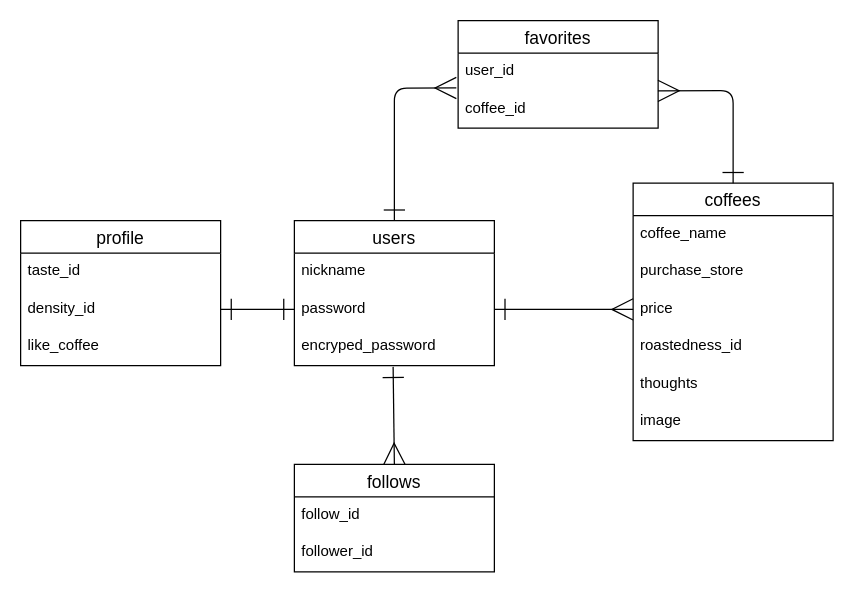
Above: ER.dio in SenSen-1000/coffee-share (draw.io), before the change. Source tidied: cells renumbered, new cells numbered last; positions are measured from the earlier drawing's top-left corner, leaving out a move shared by most shapes. Both pictures are drawn from the tidied source at 125%, with x=0, y=0 at pixel (20, 20).
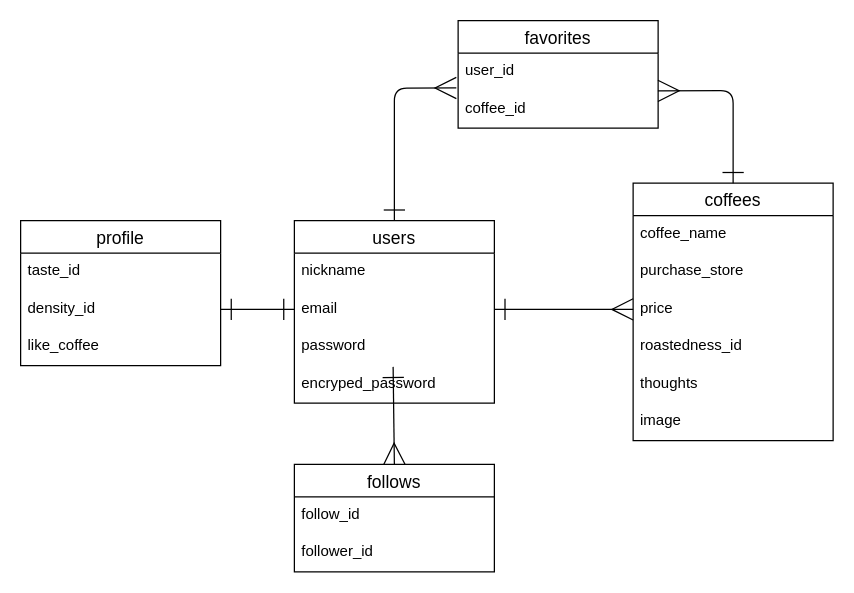
The same diagram, later.

The change refers to these unchanged cells:
```xml
<mxCell id="9" value="price" style="text;strokeColor=none;fillColor=none;spacingLeft=4;spacingRight=4;overflow=hidden;points=[[0,0.5],[1,0.5]];portConstraint=eastwest;fontSize=12;" parent="6" vertex="1">
  <mxGeometry y="86" width="160" height="30" as="geometry" />
</mxCell>
<mxCell id="24" value="density_id" style="text;strokeColor=none;fillColor=none;spacingLeft=4;spacingRight=4;overflow=hidden;points=[[0,0.5],[1,0.5]];portConstraint=eastwest;fontSize=12;" parent="22" vertex="1">
  <mxGeometry y="56" width="160" height="30" as="geometry" />
</mxCell>
```

What changed in the source:
```diff
@@
     <mxCell id="2" value="users" style="swimlane;fontStyle=0;horizontal=1;startSize=26;align=center;fontSize=14;" parent="1" vertex="1">
-      <mxGeometry x="219" y="160" width="160" height="116" as="geometry" />
+      <mxGeometry x="219" y="160" width="160" height="146" as="geometry" />
     </mxCell>
@@
+    <mxCell id="28" value="email" style="text;strokeColor=none;fillColor=none;spacingLeft=4;spacingRight=4;overflow=hidden;points=[[0,0.5],[1,0.5]];portConstraint=eastwest;fontSize=12;" parent="2" vertex="1">
+      <mxGeometry y="56" width="160" height="30" as="geometry" />
+    </mxCell>
     <mxCell id="4" value="password" style="text;strokeColor=none;fillColor=none;spacingLeft=4;spacingRight=4;overflow=hidden;points=[[0,0.5],[1,0.5]];portConstraint=eastwest;fontSize=12;" parent="2" vertex="1">
-      <mxGeometry y="56" width="160" height="30" as="geometry" />
+      <mxGeometry y="86" width="160" height="30" as="geometry" />
     </mxCell>
     <mxCell id="5" value="encryped_password" style="text;strokeColor=none;fillColor=none;spacingLeft=4;spacingRight=4;overflow=hidden;fontSize=12;" parent="2" vertex="1">
-      <mxGeometry y="86" width="160" height="30" as="geometry" />
+      <mxGeometry y="116" width="160" height="30" as="geometry" />
     </mxCell>
@@
-    <mxCell id="19" style="edgeStyle=none;html=1;endArrow=ERmany;endFill=0;startArrow=ERone;startFill=0;jumpSize=6;endSize=15;startSize=15;entryX=0;entryY=0.5;entryDx=0;entryDy=0;exitX=1;exitY=0.5;exitDx=0;exitDy=0;" parent="1" edge="1" source="4" target="9">
+    <mxCell id="19" style="edgeStyle=none;html=1;endArrow=ERmany;endFill=0;startArrow=ERone;startFill=0;jumpSize=6;endSize=15;startSize=15;entryX=0;entryY=0.5;entryDx=0;entryDy=0;exitX=1;exitY=0.5;exitDx=0;exitDy=0;" parent="1" edge="1" source="28" target="9">
       <mxGeometry relative="1" as="geometry" />
     </mxCell>
@@
-    <mxCell id="26" style="edgeStyle=none;html=1;endArrow=ERone;endFill=0;startArrow=ERone;startFill=0;jumpSize=6;endSize=15;startSize=15;entryX=0;entryY=0.5;entryDx=0;entryDy=0;exitX=1;exitY=0.5;exitDx=0;exitDy=0;" parent="1" edge="1" source="24" target="4">
+    <mxCell id="26" style="edgeStyle=none;html=1;endArrow=ERone;endFill=0;startArrow=ERone;startFill=0;jumpSize=6;endSize=15;startSize=15;entryX=0;entryY=0.5;entryDx=0;entryDy=0;exitX=1;exitY=0.5;exitDx=0;exitDy=0;" parent="1" edge="1" source="24" target="28">
       <mxGeometry relative="1" as="geometry" />
     </mxCell>
```
